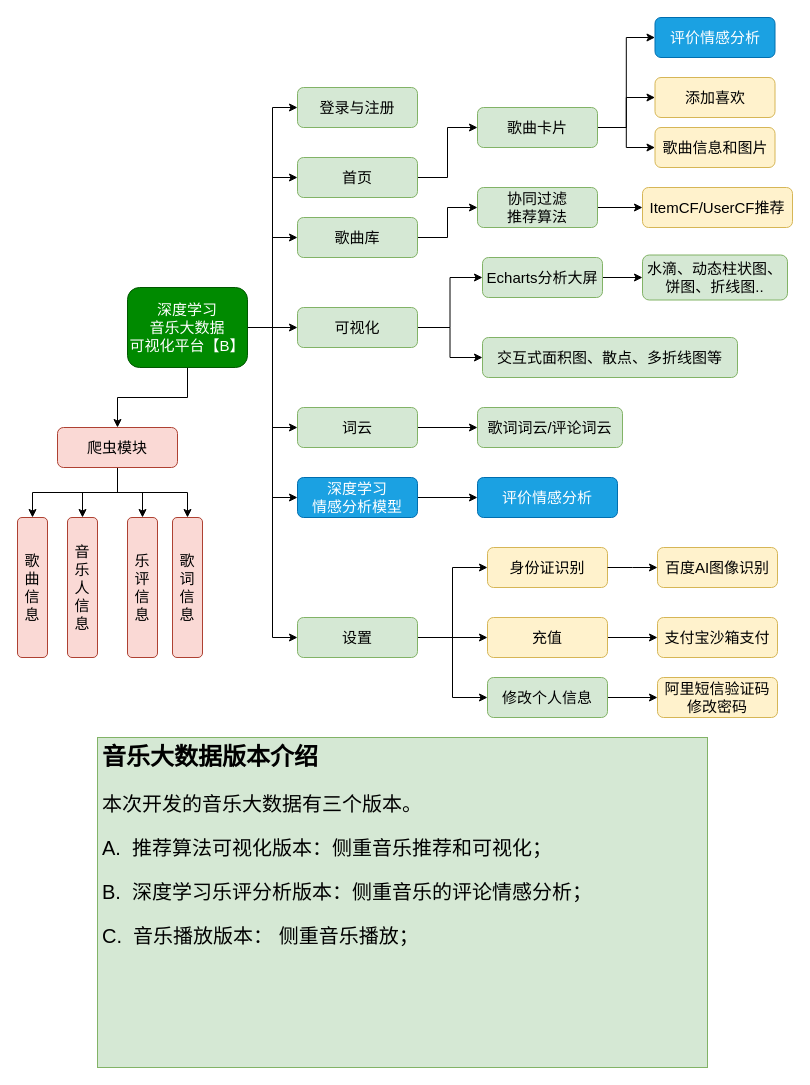
redcomet88/DRAW keeps this draw.io diagram as flask-音乐大数据【B】.drawio. Above is the earlier version. Source tidied: cells renumbered, new cells numbered last; positions are measured from the earlier drawing's top-left corner, leaving out a move shared by most shapes. Both pictures are drawn from the tidied source at 100%, with x=0, y=0 at pixel (17, 17).
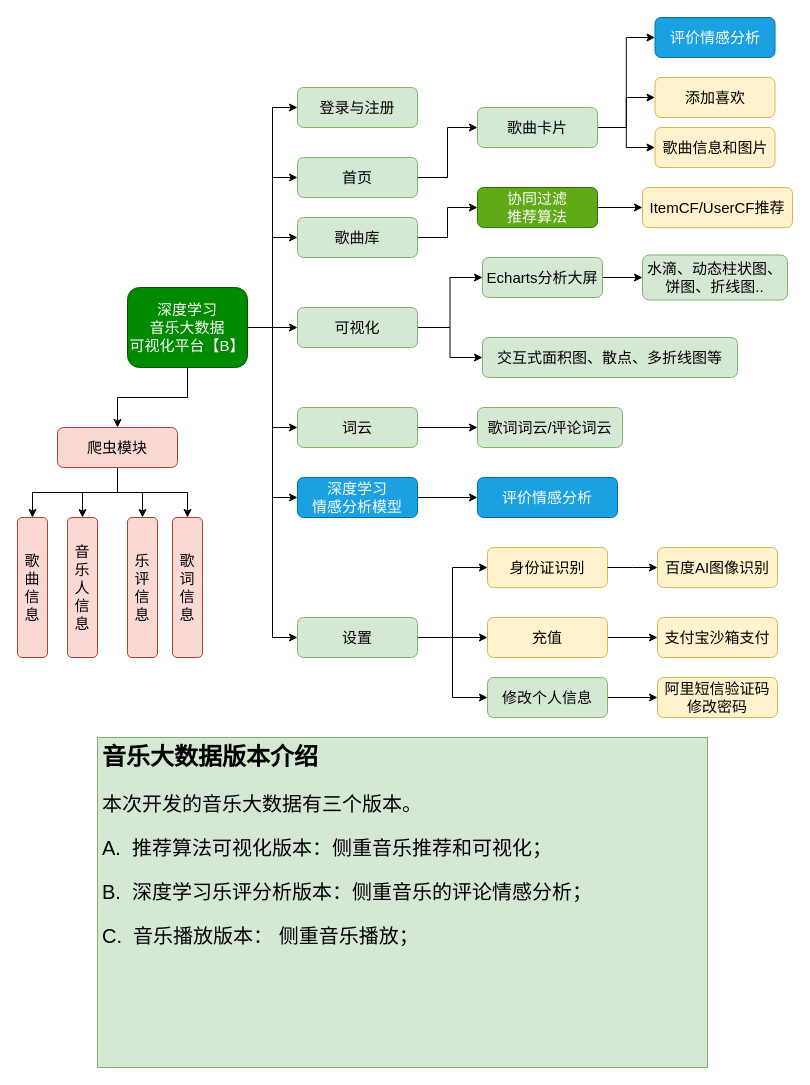
The same diagram, later.

Commit message:
Update flask-音乐大数据【B】.drawio

The edit, as a diff of the source:
```diff
@@
-    <mxCell id="33" value="协同过滤&lt;br&gt;推荐算法" style="rounded=1;whiteSpace=wrap;html=1;fontSize=15;fillColor=#d5e8d4;strokeColor=#82b366;" parent="1" vertex="1">
+    <mxCell id="33" value="协同过滤&lt;br&gt;推荐算法" style="rounded=1;whiteSpace=wrap;html=1;fontSize=15;fillColor=#60a917;strokeColor=#2D7600;fontColor=#ffffff;" parent="1" vertex="1">
       <mxGeometry x="460" y="170" width="120" height="40" as="geometry" />
     </mxCell>
```
